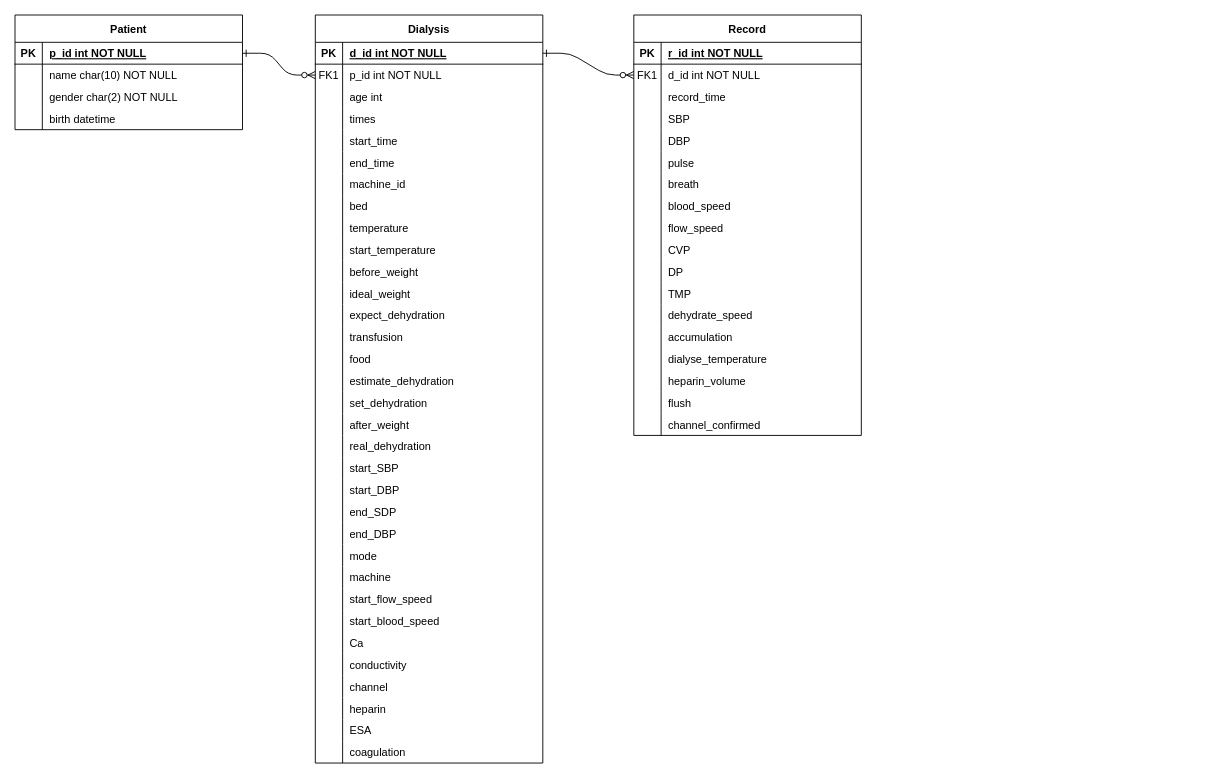
This is ERdiagram.drawio from Azure0413-project/IDH, a draw.io file, before an edit. Source tidied: cells renumbered, new cells numbered last; positions are measured from the earlier drawing's top-left corner, leaving out a move shared by most shapes. Both pictures are drawn from the tidied source at 91%, with x=0, y=0 at pixel (15, 15).
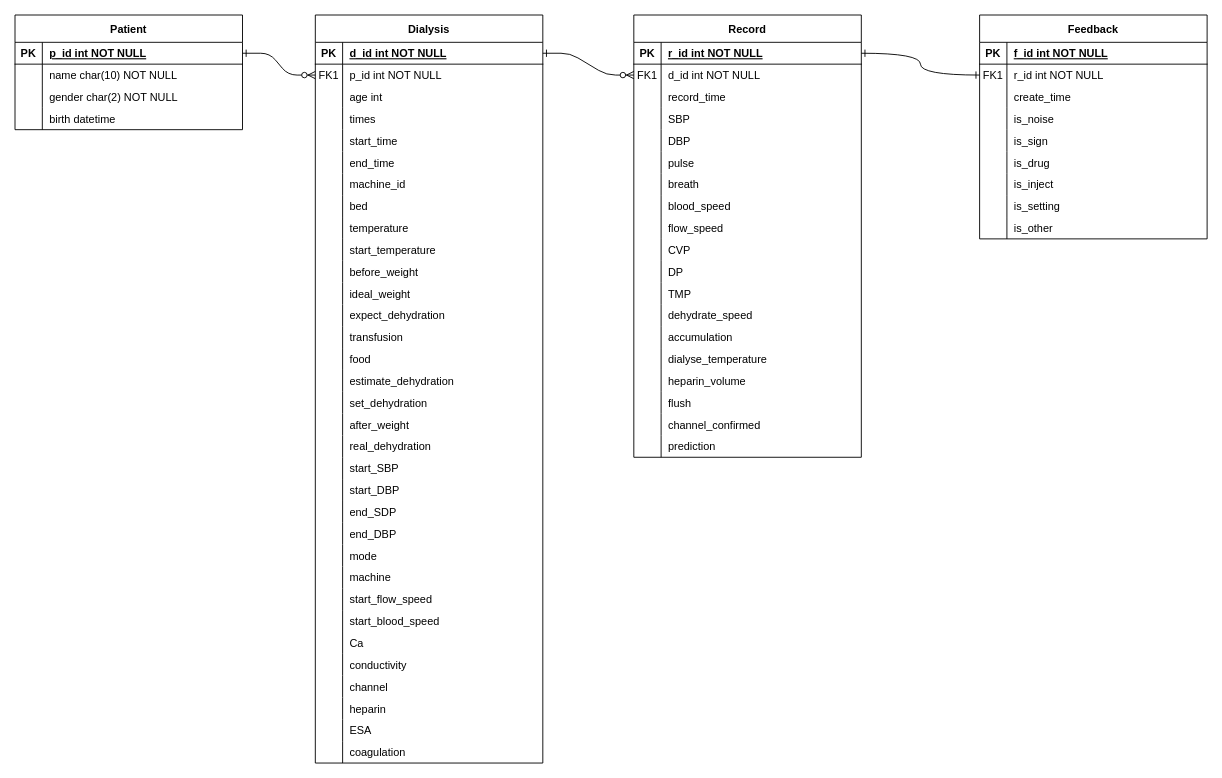
The same diagram, later.

Unchanged cells that the change refers to:
```xml
<mxCell id="117" style="shape=partialRectangle;fillColor=none;points=[[0,0.5],[1,0.5]];portConstraint=eastwest;top=0;left=0;right=0;bottom=1;" parent="116" vertex="1">
  <mxGeometry y="30" width="250" height="24" as="geometry" />
</mxCell>
```

What changed in the source:
```diff
@@
     <mxCell id="116" value="Record" style="shape=table;startSize=30;childLayout=tableLayout;rowLines=0;fontStyle=1;align=center;" parent="1" vertex="1">
-      <mxGeometry x="680" width="250" height="462" as="geometry" />
+      <mxGeometry x="680" width="250" height="486" as="geometry" />
     </mxCell>
@@
+    <mxCell id="172" style="shape=partialRectangle;fillColor=none;top=0;left=0;right=0;bottom=0;" parent="116" vertex="1">
+      <mxGeometry y="462" width="250" height="24" as="geometry" />
+    </mxCell>
+    <mxCell id="173" style="shape=partialRectangle;overflow=hidden;fillColor=none;top=0;left=0;bottom=0;right=0;" parent="172" vertex="1">
+      <mxGeometry width="30" height="24" as="geometry" />
+    </mxCell>
+    <mxCell id="174" value="prediction" style="shape=partialRectangle;overflow=hidden;fillColor=none;top=0;left=0;bottom=0;right=0;align=left;spacingLeft=6;" parent="172" vertex="1">
+      <mxGeometry x="30" width="220" height="24" as="geometry" />
+    </mxCell>
@@
+    <mxCell id="175" value="Feedback" style="shape=table;startSize=30;childLayout=tableLayout;rowLines=0;fontStyle=1;align=center;" parent="1" vertex="1">
+      <mxGeometry x="1060" width="250" height="246" as="geometry" />
+    </mxCell>
+    <mxCell id="176" style="shape=partialRectangle;fillColor=none;top=0;left=0;right=0;bottom=1;" parent="175" vertex="1">
+      <mxGeometry y="30" width="250" height="24" as="geometry" />
+    </mxCell>
+    <mxCell id="177" value="PK" style="shape=partialRectangle;overflow=hidden;fillColor=none;top=0;left=0;bottom=0;right=0;fontStyle=1;" parent="176" vertex="1">
+      <mxGeometry width="30" height="24" as="geometry" />
+    </mxCell>
+    <mxCell id="178" value="f_id int NOT NULL " style="shape=partialRectangle;overflow=hidden;fillColor=none;top=0;left=0;bottom=0;right=0;align=left;spacingLeft=6;fontStyle=5;" parent="176" vertex="1">
+      <mxGeometry x="30" width="220" height="24" as="geometry" />
+    </mxCell>
+    <mxCell id="179" style="shape=partialRectangle;fillColor=none;points=[[0,0.5],[1,0.5]];portConstraint=eastwest;top=0;left=0;right=0;bottom=0;" parent="175" vertex="1">
+      <mxGeometry y="54" width="250" height="24" as="geometry" />
+    </mxCell>
+    <mxCell id="180" value="FK1" style="shape=partialRectangle;overflow=hidden;fillColor=none;top=0;left=0;bottom=0;right=0;" parent="179" vertex="1">
+      <mxGeometry width="30" height="24" as="geometry" />
+    </mxCell>
+    <mxCell id="181" value="r_id int NOT NULL" style="shape=partialRectangle;overflow=hidden;fillColor=none;top=0;left=0;bottom=0;right=0;align=left;spacingLeft=6;" parent="179" vertex="1">
+      <mxGeometry x="30" width="220" height="24" as="geometry" />
+    </mxCell>
+    <mxCell id="182" style="shape=partialRectangle;fillColor=none;top=0;left=0;right=0;bottom=0;" parent="175" vertex="1">
+      <mxGeometry y="78" width="250" height="24" as="geometry" />
+    </mxCell>
+    <mxCell id="183" style="shape=partialRectangle;overflow=hidden;fillColor=none;top=0;left=0;bottom=0;right=0;" parent="182" vertex="1">
+      <mxGeometry width="30" height="24" as="geometry" />
+    </mxCell>
+    <mxCell id="184" value="create_time" style="shape=partialRectangle;overflow=hidden;fillColor=none;top=0;left=0;bottom=0;right=0;align=left;spacingLeft=6;" parent="182" vertex="1">
+      <mxGeometry x="30" width="220" height="24" as="geometry" />
+    </mxCell>
+    <mxCell id="185" style="shape=partialRectangle;fillColor=none;top=0;left=0;right=0;bottom=0;" parent="175" vertex="1">
+      <mxGeometry y="102" width="250" height="24" as="geometry" />
+    </mxCell>
+    <mxCell id="186" style="shape=partialRectangle;overflow=hidden;fillColor=none;top=0;left=0;bottom=0;right=0;" parent="185" vertex="1">
+      <mxGeometry width="30" height="24" as="geometry" />
+    </mxCell>
+    <mxCell id="187" value="is_noise" style="shape=partialRectangle;overflow=hidden;fillColor=none;top=0;left=0;bottom=0;right=0;align=left;spacingLeft=6;" parent="185" vertex="1">
+      <mxGeometry x="30" width="220" height="24" as="geometry" />
+    </mxCell>
+    <mxCell id="188" style="shape=partialRectangle;fillColor=none;top=0;left=0;right=0;bottom=0;" parent="175" vertex="1">
+      <mxGeometry y="126" width="250" height="24" as="geometry" />
+    </mxCell>
+    <mxCell id="189" style="shape=partialRectangle;overflow=hidden;fillColor=none;top=0;left=0;bottom=0;right=0;" parent="188" vertex="1">
+      <mxGeometry width="30" height="24" as="geometry" />
+    </mxCell>
+    <mxCell id="190" value="is_sign" style="shape=partialRectangle;overflow=hidden;fillColor=none;top=0;left=0;bottom=0;right=0;align=left;spacingLeft=6;" parent="188" vertex="1">
+      <mxGeometry x="30" width="220" height="24" as="geometry" />
+    </mxCell>
+    <mxCell id="191" style="shape=partialRectangle;fillColor=none;top=0;left=0;right=0;bottom=0;" parent="175" vertex="1">
+      <mxGeometry y="150" width="250" height="24" as="geometry" />
+    </mxCell>
+    <mxCell id="192" style="shape=partialRectangle;overflow=hidden;fillColor=none;top=0;left=0;bottom=0;right=0;" parent="191" vertex="1">
+      <mxGeometry width="30" height="24" as="geometry" />
+    </mxCell>
+    <mxCell id="193" value="is_drug" style="shape=partialRectangle;overflow=hidden;fillColor=none;top=0;left=0;bottom=0;right=0;align=left;spacingLeft=6;" parent="191" vertex="1">
+      <mxGeometry x="30" width="220" height="24" as="geometry" />
+    </mxCell>
+    <mxCell id="194" style="shape=partialRectangle;fillColor=none;top=0;left=0;right=0;bottom=0;" parent="175" vertex="1">
+      <mxGeometry y="174" width="250" height="24" as="geometry" />
+    </mxCell>
+    <mxCell id="195" style="shape=partialRectangle;overflow=hidden;fillColor=none;top=0;left=0;bottom=0;right=0;" parent="194" vertex="1">
+      <mxGeometry width="30" height="24" as="geometry" />
+    </mxCell>
+    <mxCell id="196" value="is_inject" style="shape=partialRectangle;overflow=hidden;fillColor=none;top=0;left=0;bottom=0;right=0;align=left;spacingLeft=6;" parent="194" vertex="1">
+      <mxGeometry x="30" width="220" height="24" as="geometry" />
+    </mxCell>
+    <mxCell id="197" style="shape=partialRectangle;fillColor=none;top=0;left=0;right=0;bottom=0;" parent="175" vertex="1">
+      <mxGeometry y="198" width="250" height="24" as="geometry" />
+    </mxCell>
+    <mxCell id="198" style="shape=partialRectangle;overflow=hidden;fillColor=none;top=0;left=0;bottom=0;right=0;" parent="197" vertex="1">
+      <mxGeometry width="30" height="24" as="geometry" />
+    </mxCell>
+    <mxCell id="199" value="is_setting" style="shape=partialRectangle;overflow=hidden;fillColor=none;top=0;left=0;bottom=0;right=0;align=left;spacingLeft=6;" parent="197" vertex="1">
+      <mxGeometry x="30" width="220" height="24" as="geometry" />
+    </mxCell>
+    <mxCell id="200" style="shape=partialRectangle;fillColor=none;top=0;left=0;right=0;bottom=0;" parent="175" vertex="1">
+      <mxGeometry y="222" width="250" height="24" as="geometry" />
+    </mxCell>
+    <mxCell id="201" style="shape=partialRectangle;overflow=hidden;fillColor=none;top=0;left=0;bottom=0;right=0;" parent="200" vertex="1">
+      <mxGeometry width="30" height="24" as="geometry" />
+    </mxCell>
+    <mxCell id="202" value="is_other" style="shape=partialRectangle;overflow=hidden;fillColor=none;top=0;left=0;bottom=0;right=0;align=left;spacingLeft=6;" parent="200" vertex="1">
+      <mxGeometry x="30" width="220" height="24" as="geometry" />
+    </mxCell>
+    <mxCell id="203" style="edgeStyle=orthogonalEdgeStyle;rounded=0;jettySize=auto;html=1;exitX=1;exitY=0.5;exitDx=0;exitDy=0;curved=1;endArrow=ERone;endFill=0;startArrow=ERone;startFill=0;" parent="1" edge="1" source="117" target="179">
+      <mxGeometry relative="1" as="geometry" />
+    </mxCell>
```
